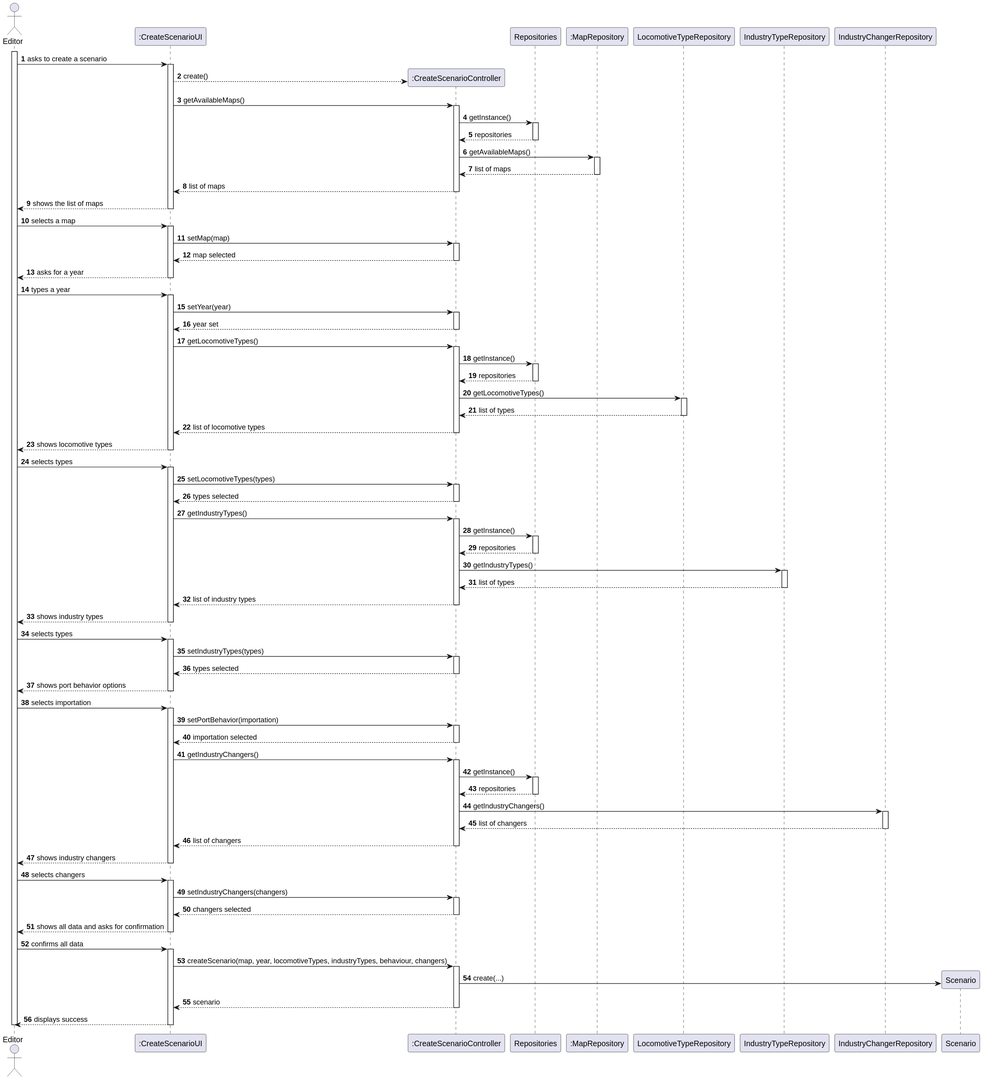
Before: Sprint2/US004/03.design/svg/US004-SD-full.svg, a diagram exported from PlantUML (1240935/pi2-railway-simulator). The source it was exported from:
```plantuml
@startuml
skinparam packageStyle rectangle
skinparam shadowing false

autonumber


actor "Editor" as EDITOR
participant ":CreateScenarioUI" as UI
participant ":CreateScenarioController" as CTRL
participant "Repositories" as REPOS
participant ":MapRepository" as MAP_REPO
participant "LocomotiveTypeRepository" as LOCO_REPO
participant "IndustryTypeRepository" as IND_REPO
participant "IndustryChangerRepository" as CHANGER_REPO
participant "Scenario" as SCENARIO


activate EDITOR

    EDITOR -> UI : asks to create a scenario
    activate UI
        UI --> CTRL** : create()


        UI -> CTRL : getAvailableMaps()
        activate CTRL

            CTRL -> REPOS : getInstance()
            activate REPOS
            REPOS --> CTRL : repositories
            deactivate REPOS

            CTRL -> MAP_REPO : getAvailableMaps()
            activate MAP_REPO
            MAP_REPO --> CTRL : list of maps
            deactivate MAP_REPO

        CTRL --> UI : list of maps
        deactivate CTRL

    UI --> EDITOR : shows the list of maps
    deactivate UI

    EDITOR -> UI : selects a map
    activate UI
    UI -> CTRL : setMap(map)
    activate CTRL
    CTRL --> UI : map selected
    deactivate CTRL

    UI --> EDITOR : asks for a year
    deactivate UI

    EDITOR -> UI : types a year
    activate UI
    UI -> CTRL : setYear(year)
    activate CTRL
    CTRL --> UI : year set
    deactivate CTRL

    UI -> CTRL : getLocomotiveTypes()
    activate CTRL
    CTRL -> REPOS : getInstance()
    activate REPOS
    REPOS --> CTRL : repositories
    deactivate REPOS
    CTRL -> LOCO_REPO : getLocomotiveTypes()
    activate LOCO_REPO
    LOCO_REPO --> CTRL : list of types
    deactivate LOCO_REPO
    CTRL --> UI : list of locomotive types
    deactivate CTRL
    UI --> EDITOR : shows locomotive types
    deactivate UI

    EDITOR -> UI : selects types
    activate UI
    UI -> CTRL : setLocomotiveTypes(types)
    activate CTRL
    CTRL --> UI : types selected
    deactivate CTRL

    UI -> CTRL : getIndustryTypes()
    activate CTRL
    CTRL -> REPOS : getInstance()
    activate REPOS
    REPOS --> CTRL : repositories
    deactivate REPOS
    CTRL -> IND_REPO : getIndustryTypes()
    activate IND_REPO
    IND_REPO --> CTRL : list of types
    deactivate IND_REPO
    CTRL --> UI : list of industry types
    deactivate CTRL
    UI --> EDITOR : shows industry types
    deactivate UI

    EDITOR -> UI : selects types
    activate UI
    UI -> CTRL : setIndustryTypes(types)
    activate CTRL
    CTRL --> UI : types selected
    deactivate CTRL

    UI --> EDITOR : shows port behavior options
    deactivate UI
    EDITOR -> UI : selects importation
    activate UI
    UI -> CTRL : setPortBehavior(importation)
    activate CTRL
    CTRL --> UI : importation selected
    deactivate CTRL

    UI -> CTRL : getIndustryChangers()
    activate CTRL
    CTRL -> REPOS : getInstance()
                            activate REPOS
                            REPOS --> CTRL : repositories
                            deactivate REPOS
    CTRL -> CHANGER_REPO : getIndustryChangers()
    activate CHANGER_REPO
    CHANGER_REPO --> CTRL : list of changers
    deactivate CHANGER_REPO
    CTRL --> UI : list of changers
    deactivate CTRL
    UI --> EDITOR : shows industry changers
    deactivate UI

    EDITOR -> UI : selects changers
    activate UI
    UI -> CTRL : setIndustryChangers(changers)
    activate CTRL
    CTRL --> UI : changers selected
    deactivate CTRL

    UI --> EDITOR : shows all data and asks for confirmation
    deactivate UI
    EDITOR -> UI : confirms all data
    activate UI

    UI -> CTRL : createScenario(map, year, locomotiveTypes, industryTypes, behaviour, changers)
    activate CTRL
    CTRL -> SCENARIO ** : create(...)
    CTRL --> UI : scenario
    deactivate CTRL

    UI --> EDITOR : displays success
    deactivate UI
deactivate EDITOR
@enduml
```
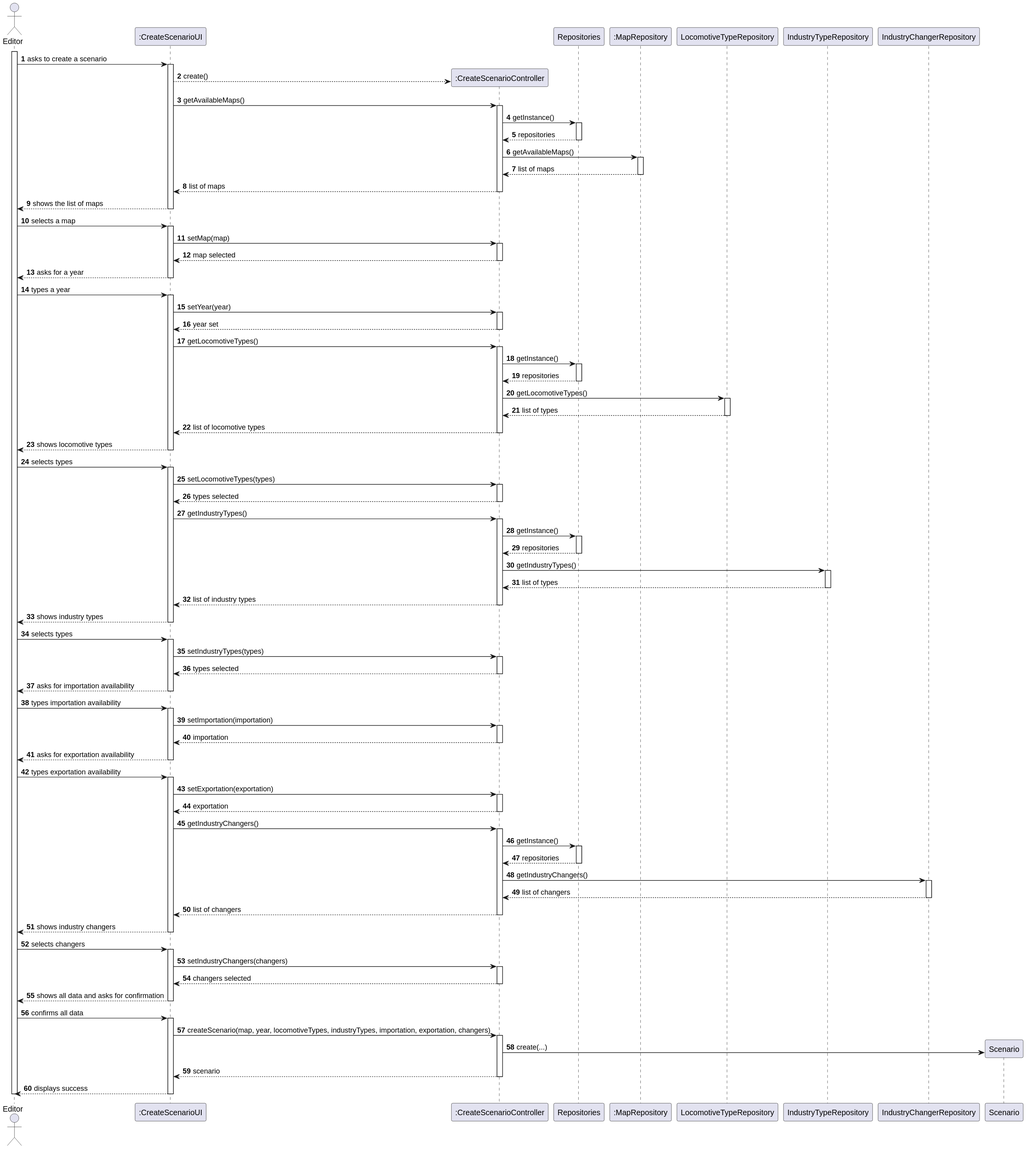
After the commit.

Change to the diagram source:
```diff
@@ -103,14 +103,23 @@
     CTRL --> UI : types selected
     deactivate CTRL
 
-    UI --> EDITOR : shows port behavior options
+    UI --> EDITOR : asks for importation availability
     deactivate UI
-    EDITOR -> UI : selects importation
+    EDITOR -> UI : types importation availability
     activate UI
-    UI -> CTRL : setPortBehavior(importation)
+    UI -> CTRL : setImportation(importation)
     activate CTRL
-    CTRL --> UI : importation selected
+    CTRL --> UI : importation
     deactivate CTRL
+
+    UI --> EDITOR : asks for exportation availability
+        deactivate UI
+        EDITOR -> UI : types exportation availability
+        activate UI
+        UI -> CTRL : setExportation(exportation)
+        activate CTRL
+        CTRL --> UI : exportation
+        deactivate CTRL
 
     UI -> CTRL : getIndustryChangers()
     activate CTRL
@@ -139,7 +148,7 @@
     EDITOR -> UI : confirms all data
     activate UI
 
-    UI -> CTRL : createScenario(map, year, locomotiveTypes, industryTypes, behaviour, changers)
+    UI -> CTRL : createScenario(map, year, locomotiveTypes, industryTypes, importation, exportation, changers)
     activate CTRL
     CTRL -> SCENARIO ** : create(...)
     CTRL --> UI : scenario
```
